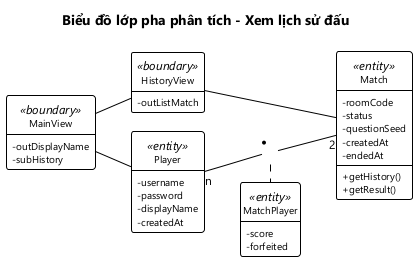
HungNguyenBa1811/math-dash keeps this PlantUML diagram as docs/hung/lop-phan-tich-uc04.png. Above is the earlier version. The source it was exported from:
```plantuml
@startuml lop-phan-tich-uc06
!include _theme.iuml
left to right direction
title Biểu đồ lớp pha phân tích - Xem lịch sử đấu

class MainView <<boundary>> {
  - outDisplayName
  - subHistory
}
class HistoryView <<boundary>> {
  - outListMatch
}
class Player <<entity>> {
  - username
  - password
  - displayName
  - createdAt
}
class Match <<entity>> {
  - roomCode
  - status
  - questionSeed
  - createdAt
  - endedAt
  + getHistory()
  + getResult()
}
class MatchPlayer <<entity>> {
  - score
  - forfeited
}

MainView -- HistoryView
MainView -- Player
HistoryView -- Match
Player "n" -- "2" Match
(Player, Match) .. MatchPlayer
@enduml
```
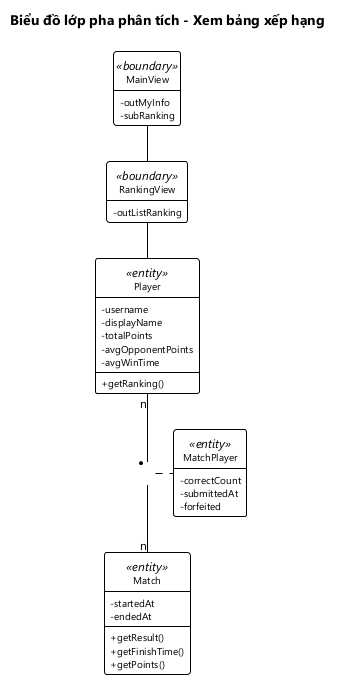
After the commit.

Diff of the diagram source:
```diff
@@ -1,38 +1,37 @@
-@startuml lop-phan-tich-uc06
+@startuml lop-phan-tich-uc04
 !include _theme.iuml
-left to right direction
-title Biểu đồ lớp pha phân tích - Xem lịch sử đấu
+title Biểu đồ lớp pha phân tích - Xem bảng xếp hạng
 
 class MainView <<boundary>> {
-  - outDisplayName
-  - subHistory
+  - outMyInfo
+  - subRanking
 }
-class HistoryView <<boundary>> {
-  - outListMatch
+class RankingView <<boundary>> {
+  - outListRanking
 }
 class Player <<entity>> {
   - username
-  - password
   - displayName
-  - createdAt
+  - totalPoints
+  - avgOpponentPoints
+  - avgWinTime
+  + getRanking()
 }
 class Match <<entity>> {
-  - roomCode
-  - status
-  - questionSeed
-  - createdAt
+  - startedAt
   - endedAt
-  + getHistory()
   + getResult()
+  + getFinishTime()
+  + getPoints()
 }
 class MatchPlayer <<entity>> {
-  - score
+  - correctCount
+  - submittedAt
   - forfeited
 }
 
-MainView -- HistoryView
-MainView -- Player
-HistoryView -- Match
-Player "n" -- "2" Match
+MainView -- RankingView
+RankingView -- Player
+Player "n" -- "n" Match
 (Player, Match) .. MatchPlayer
 @enduml
```
